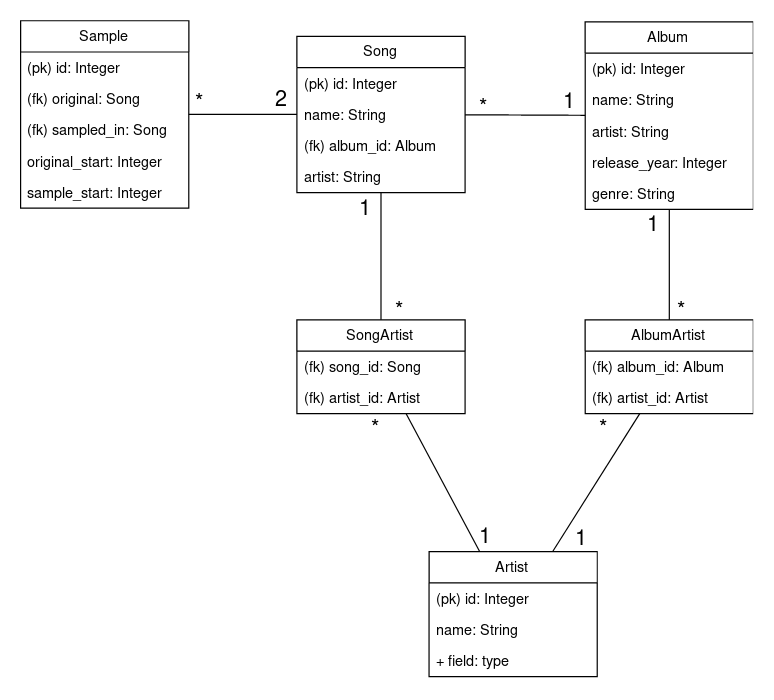
This is documentation/database_diagram.png from vikketii/tsoha, a draw.io export, as it was before one commit. Source tidied: cells renumbered, new cells last; positions are measured from the earlier drawing's top-left corner, leaving out a move shared by most shapes.
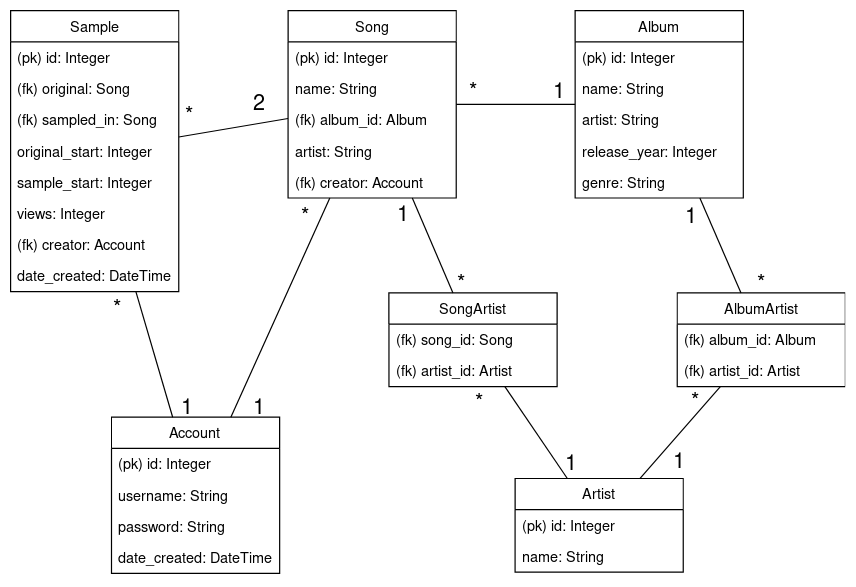
After the commit.

Commit message:
updated readme and database diagram

The edit, as a diff of the source:
```diff
@@ -2,11 +2,11 @@
   <root>
     <mxCell id="0" />
     <mxCell id="1" parent="0" />
-    <mxCell id="2" style="rounded=0;jettySize=auto;html=1;endArrow=none;endFill=0;" parent="1" edge="1" source="3" target="8">
+    <mxCell id="2" style="rounded=0;jettySize=auto;html=1;endArrow=none;endFill=0;" parent="1" edge="1" source="3" target="9">
       <mxGeometry relative="1" as="geometry" />
     </mxCell>
     <mxCell id="3" value="Song" style="swimlane;fontStyle=0;horizontal=1;startSize=26;fillColor=none;" parent="1" vertex="1">
-      <mxGeometry x="230" y="13" width="140" height="130" as="geometry" />
+      <mxGeometry x="231" y="-10" width="140" height="156" as="geometry" />
     </mxCell>
     <mxCell id="4" value="(pk) id: Integer" style="text;strokeColor=none;fillColor=none;align=left;verticalAlign=top;spacingLeft=4;spacingRight=4;overflow=hidden;" parent="3" vertex="1">
       <mxGeometry y="26" width="140" height="26" as="geometry" />
@@ -20,56 +20,56 @@
     <mxCell id="7" value="artist: String" style="text;strokeColor=none;fillColor=none;align=left;verticalAlign=top;spacingLeft=4;spacingRight=4;overflow=hidden;" parent="3" vertex="1">
       <mxGeometry y="104" width="140" height="26" as="geometry" />
     </mxCell>
-    <mxCell id="8" value="Album" style="swimlane;fontStyle=0;horizontal=1;startSize=26;fillColor=none;" parent="1" vertex="1">
-      <mxGeometry x="470" y="1" width="140" height="156" as="geometry" />
+    <mxCell id="8" value="(fk) creator: Account" style="text;strokeColor=none;fillColor=none;align=left;verticalAlign=top;spacingLeft=4;spacingRight=4;overflow=hidden;points=[[0,0.5],[1,0.5]];portConstraint=eastwest;" parent="3" vertex="1">
+      <mxGeometry y="130" width="140" height="26" as="geometry" />
     </mxCell>
-    <mxCell id="9" value="(pk) id: Integer" style="text;strokeColor=none;fillColor=none;align=left;verticalAlign=top;spacingLeft=4;spacingRight=4;overflow=hidden;points=[[0,0.5],[1,0.5]];portConstraint=eastwest;" parent="8" vertex="1">
-      <mxGeometry y="26" width="140" height="26" as="geometry" />
+    <mxCell id="9" value="Album" style="swimlane;fontStyle=0;horizontal=1;startSize=26;fillColor=none;" parent="1" vertex="1">
+      <mxGeometry x="470" y="-10" width="140" height="156" as="geometry" />
     </mxCell>
-    <mxCell id="10" value="name: String" style="text;strokeColor=none;fillColor=none;align=left;verticalAlign=top;spacingLeft=4;spacingRight=4;overflow=hidden;" parent="8" vertex="1">
-      <mxGeometry y="52" width="140" height="26" as="geometry" />
+    <mxCell id="10" value="(pk) id: Integer" style="text;strokeColor=none;fillColor=none;align=left;verticalAlign=top;spacingLeft=4;spacingRight=4;overflow=hidden;" parent="9" vertex="1">
+      <mxGeometry y="26" width="140" height="26" as="geometry" />
     </mxCell>
-    <mxCell id="11" value="artist: String" style="text;strokeColor=none;fillColor=none;align=left;verticalAlign=top;spacingLeft=4;spacingRight=4;overflow=hidden;" parent="8" vertex="1">
-      <mxGeometry y="78" width="140" height="26" as="geometry" />
+    <mxCell id="11" value="name: String" style="text;strokeColor=none;fillColor=none;align=left;verticalAlign=top;spacingLeft=4;spacingRight=4;overflow=hidden;" parent="9" vertex="1">
+      <mxGeometry y="52" width="140" height="26" as="geometry" />
     </mxCell>
-    <mxCell id="12" value="release_year: Integer" style="text;strokeColor=none;fillColor=none;align=left;verticalAlign=top;spacingLeft=4;spacingRight=4;overflow=hidden;" parent="8" vertex="1">
-      <mxGeometry y="104" width="140" height="26" as="geometry" />
+    <mxCell id="12" value="artist: String" style="text;strokeColor=none;fillColor=none;align=left;verticalAlign=top;spacingLeft=4;spacingRight=4;overflow=hidden;" parent="9" vertex="1">
+      <mxGeometry y="78" width="140" height="26" as="geometry" />
     </mxCell>
-    <mxCell id="13" value="genre: String" style="text;strokeColor=none;fillColor=none;align=left;verticalAlign=top;spacingLeft=4;spacingRight=4;overflow=hidden;" parent="8" vertex="1">
-      <mxGeometry y="130" width="140" height="26" as="geometry" />
+    <mxCell id="13" value="release_year: Integer" style="text;strokeColor=none;fillColor=none;align=left;verticalAlign=top;spacingLeft=4;spacingRight=4;overflow=hidden;" parent="9" vertex="1">
+      <mxGeometry y="104" width="140" height="26" as="geometry" />
     </mxCell>
-    <mxCell id="14" value="&lt;div style=&quot;font-size: 18px;&quot;&gt;*&lt;/div&gt;" style="text;html=1;align=left;verticalAlign=top;spacingTop=-4;fontSize=18;" parent="1" vertex="1">
-      <mxGeometry x="380" y="60" width="20" height="20" as="geometry" />
+    <mxCell id="14" value="genre: String" style="text;strokeColor=none;fillColor=none;align=left;verticalAlign=top;spacingLeft=4;spacingRight=4;overflow=hidden;" parent="9" vertex="1">
+      <mxGeometry y="130" width="140" height="26" as="geometry" />
     </mxCell>
-    <mxCell id="15" value="&lt;div style=&quot;font-size: 18px;&quot;&gt;1&lt;/div&gt;" style="text;html=1;align=left;verticalAlign=top;spacingTop=-4;fontSize=18;" parent="1" vertex="1">
-      <mxGeometry x="450" y="55" width="20" height="20" as="geometry" />
+    <mxCell id="15" value="&lt;div style=&quot;font-size: 18px;&quot;&gt;*&lt;/div&gt;" style="text;html=1;align=left;verticalAlign=top;spacingTop=-4;fontSize=18;" parent="1" vertex="1">
+      <mxGeometry x="380" y="45" width="20" height="20" as="geometry" />
     </mxCell>
-    <mxCell id="16" style="edgeStyle=none;rounded=0;jettySize=auto;html=1;endArrow=none;endFill=0;fontSize=12;" parent="1" edge="1" source="17" target="24">
-      <mxGeometry relative="1" as="geometry" />
+    <mxCell id="16" value="&lt;div style=&quot;font-size: 18px;&quot;&gt;1&lt;/div&gt;" style="text;html=1;align=left;verticalAlign=top;spacingTop=-4;fontSize=18;" parent="1" vertex="1">
+      <mxGeometry x="450" y="45" width="20" height="20" as="geometry" />
     </mxCell>
-    <mxCell id="17" value="Artist" style="swimlane;fontStyle=0;horizontal=1;startSize=26;fillColor=none;" parent="1" vertex="1">
-      <mxGeometry x="340" y="442" width="140" height="104" as="geometry" />
+    <mxCell id="17" style="edgeStyle=none;rounded=0;jettySize=auto;html=1;endArrow=none;endFill=0;fontSize=12;" parent="1" edge="1" source="18" target="24">
+      <mxGeometry relative="1" as="geometry" />
     </mxCell>
-    <mxCell id="18" value="(pk) id: Integer" style="text;strokeColor=none;fillColor=none;align=left;verticalAlign=top;spacingLeft=4;spacingRight=4;overflow=hidden;points=[[0,0.5],[1,0.5]];portConstraint=eastwest;" parent="17" vertex="1">
-      <mxGeometry y="26" width="140" height="26" as="geometry" />
+    <mxCell id="18" value="Artist" style="swimlane;fontStyle=0;horizontal=1;startSize=26;fillColor=none;" parent="1" vertex="1">
+      <mxGeometry x="420" y="379.5" width="140" height="78" as="geometry" />
     </mxCell>
-    <mxCell id="19" value="name: String" style="text;strokeColor=none;fillColor=none;align=left;verticalAlign=top;spacingLeft=4;spacingRight=4;overflow=hidden;" parent="17" vertex="1">
-      <mxGeometry y="52" width="140" height="26" as="geometry" />
+    <mxCell id="19" value="(pk) id: Integer" style="text;strokeColor=none;fillColor=none;align=left;verticalAlign=top;spacingLeft=4;spacingRight=4;overflow=hidden;" parent="18" vertex="1">
+      <mxGeometry y="26" width="140" height="26" as="geometry" />
     </mxCell>
-    <mxCell id="20" value="+ field: type" style="text;strokeColor=none;fillColor=none;align=left;verticalAlign=top;spacingLeft=4;spacingRight=4;overflow=hidden;" parent="17" vertex="1">
-      <mxGeometry y="78" width="140" height="26" as="geometry" />
+    <mxCell id="20" value="name: String" style="text;strokeColor=none;fillColor=none;align=left;verticalAlign=top;spacingLeft=4;spacingRight=4;overflow=hidden;" parent="18" vertex="1">
+      <mxGeometry y="52" width="140" height="26" as="geometry" />
     </mxCell>
-    <mxCell id="21" style="edgeStyle=none;rounded=0;jettySize=auto;html=1;endArrow=none;endFill=0;" parent="1" edge="1" source="27" target="17">
+    <mxCell id="21" style="edgeStyle=none;rounded=0;jettySize=auto;html=1;endArrow=none;endFill=0;" parent="1" edge="1" source="27" target="18">
       <mxGeometry relative="1" as="geometry" />
     </mxCell>
     <mxCell id="22" value="&lt;div style=&quot;font-size: 18px;&quot;&gt;*&lt;/div&gt;" style="text;html=1;align=left;verticalAlign=top;spacingTop=-4;fontSize=18;" parent="1" vertex="1">
-      <mxGeometry x="310" y="229" width="20" height="20" as="geometry" />
+      <mxGeometry x="369.5" y="205" width="20" height="20" as="geometry" />
     </mxCell>
     <mxCell id="23" style="edgeStyle=none;rounded=0;jettySize=auto;html=1;endArrow=none;endFill=0;fontSize=12;" parent="1" edge="1" source="24" target="3">
       <mxGeometry relative="1" as="geometry" />
     </mxCell>
     <mxCell id="24" value="SongArtist" style="swimlane;fontStyle=0;horizontal=1;startSize=26;fillColor=none;fontSize=12;" parent="1" vertex="1">
-      <mxGeometry x="230" y="249" width="140" height="78" as="geometry" />
+      <mxGeometry x="315" y="225" width="140" height="78" as="geometry" />
     </mxCell>
     <mxCell id="25" value="(fk) song_id: Song" style="text;strokeColor=none;fillColor=none;align=left;verticalAlign=top;spacingLeft=4;spacingRight=4;overflow=hidden;" parent="24" vertex="1">
       <mxGeometry y="26" width="140" height="26" as="geometry" />
@@ -78,7 +78,7 @@
       <mxGeometry y="52" width="140" height="26" as="geometry" />
     </mxCell>
     <mxCell id="27" value="AlbumArtist" style="swimlane;fontStyle=0;horizontal=1;startSize=26;fillColor=none;fontSize=12;" parent="1" vertex="1">
-      <mxGeometry x="470" y="249" width="140" height="78" as="geometry" />
+      <mxGeometry x="555" y="225" width="140" height="78" as="geometry" />
     </mxCell>
     <mxCell id="28" value="(fk) album_id: Album&#10;" style="text;strokeColor=none;fillColor=none;align=left;verticalAlign=top;spacingLeft=4;spacingRight=4;overflow=hidden;" parent="27" vertex="1">
       <mxGeometry y="26" width="140" height="26" as="geometry" />
@@ -86,32 +86,32 @@
     <mxCell id="29" value="(fk) artist_id: Artist" style="text;strokeColor=none;fillColor=none;align=left;verticalAlign=top;spacingLeft=4;spacingRight=4;overflow=hidden;" parent="27" vertex="1">
       <mxGeometry y="52" width="140" height="26" as="geometry" />
     </mxCell>
-    <mxCell id="30" style="edgeStyle=none;rounded=0;jettySize=auto;html=1;endArrow=none;endFill=0;" parent="1" edge="1" source="8" target="27">
+    <mxCell id="30" style="edgeStyle=none;rounded=0;jettySize=auto;html=1;endArrow=none;endFill=0;" parent="1" edge="1" source="9" target="27">
       <mxGeometry relative="1" as="geometry" />
     </mxCell>
     <mxCell id="31" value="&lt;div style=&quot;font-size: 18px;&quot;&gt;*&lt;/div&gt;" style="text;html=1;align=left;verticalAlign=top;spacingTop=-4;fontSize=18;" parent="1" vertex="1">
-      <mxGeometry x="290" y="327" width="20" height="20" as="geometry" />
+      <mxGeometry x="385" y="303.5" width="20" height="20" as="geometry" />
     </mxCell>
     <mxCell id="32" value="&lt;div style=&quot;font-size: 18px;&quot;&gt;*&lt;/div&gt;" style="text;html=1;align=left;verticalAlign=top;spacingTop=-4;fontSize=18;" parent="1" vertex="1">
-      <mxGeometry x="480" y="327" width="20" height="20" as="geometry" />
+      <mxGeometry x="565" y="303" width="20" height="20" as="geometry" />
     </mxCell>
     <mxCell id="33" value="&lt;div style=&quot;font-size: 18px;&quot;&gt;*&lt;/div&gt;" style="text;html=1;align=left;verticalAlign=top;spacingTop=-4;fontSize=18;" parent="1" vertex="1">
-      <mxGeometry x="545" y="229" width="20" height="20" as="geometry" />
+      <mxGeometry x="620" y="205" width="20" height="20" as="geometry" />
     </mxCell>
     <mxCell id="34" value="&lt;div style=&quot;font-size: 18px;&quot;&gt;1&lt;/div&gt;" style="text;html=1;align=left;verticalAlign=top;spacingTop=-4;fontSize=18;" parent="1" vertex="1">
-      <mxGeometry x="280" y="144" width="20" height="20" as="geometry" />
+      <mxGeometry x="320" y="147" width="20" height="20" as="geometry" />
     </mxCell>
     <mxCell id="35" value="&lt;div style=&quot;font-size: 18px;&quot;&gt;1&lt;/div&gt;" style="text;html=1;align=left;verticalAlign=top;spacingTop=-4;fontSize=18;" parent="1" vertex="1">
-      <mxGeometry x="520" y="157" width="20" height="20" as="geometry" />
+      <mxGeometry x="560" y="149" width="20" height="20" as="geometry" />
     </mxCell>
     <mxCell id="36" value="&lt;div style=&quot;font-size: 18px;&quot;&gt;1&lt;/div&gt;" style="text;html=1;align=left;verticalAlign=top;spacingTop=-4;fontSize=18;" parent="1" vertex="1">
-      <mxGeometry x="460" y="419" width="20" height="20" as="geometry" />
+      <mxGeometry x="550" y="352.5" width="20" height="20" as="geometry" />
     </mxCell>
     <mxCell id="37" value="&lt;div style=&quot;font-size: 18px;&quot;&gt;1&lt;/div&gt;" style="text;html=1;align=left;verticalAlign=top;spacingTop=-4;fontSize=18;" parent="1" vertex="1">
-      <mxGeometry x="380" y="417" width="20" height="20" as="geometry" />
+      <mxGeometry x="460" y="354.5" width="20" height="20" as="geometry" />
     </mxCell>
     <mxCell id="38" value="Sample" style="swimlane;fontStyle=0;horizontal=1;startSize=26;fillColor=none;fontSize=12;" parent="1" vertex="1">
-      <mxGeometry width="140" height="156" as="geometry" />
+      <mxGeometry y="-10" width="140" height="234" as="geometry" />
     </mxCell>
     <mxCell id="39" value="(pk) id: Integer" style="text;strokeColor=none;fillColor=none;align=left;verticalAlign=top;spacingLeft=4;spacingRight=4;overflow=hidden;" parent="38" vertex="1">
       <mxGeometry y="26" width="140" height="26" as="geometry" />
@@ -128,14 +128,56 @@
     <mxCell id="43" value="sample_start: Integer" style="text;strokeColor=none;fillColor=none;align=left;verticalAlign=top;spacingLeft=4;spacingRight=4;overflow=hidden;" parent="38" vertex="1">
       <mxGeometry y="130" width="140" height="26" as="geometry" />
     </mxCell>
-    <mxCell id="44" style="edgeStyle=none;rounded=0;jettySize=auto;html=1;endArrow=none;endFill=0;fontSize=12;" parent="1" edge="1" source="38" target="3">
-      <mxGeometry relative="1" as="geometry" />
+    <mxCell id="44" value="views: Integer" style="text;strokeColor=none;fillColor=none;align=left;verticalAlign=top;spacingLeft=4;spacingRight=4;overflow=hidden;" parent="38" vertex="1">
+      <mxGeometry y="156" width="140" height="26" as="geometry" />
     </mxCell>
-    <mxCell id="45" value="2" style="text;html=1;align=left;verticalAlign=top;spacingTop=-4;fontSize=18;" parent="1" vertex="1">
-      <mxGeometry x="210" y="53" width="30" height="20" as="geometry" />
+    <mxCell id="45" value="(fk) creator: Account" style="text;strokeColor=none;fillColor=none;align=left;verticalAlign=top;spacingLeft=4;spacingRight=4;overflow=hidden;" parent="38" vertex="1">
+      <mxGeometry y="182" width="140" height="26" as="geometry" />
     </mxCell>
-    <mxCell id="46" value="&lt;div style=&quot;font-size: 18px;&quot;&gt;*&lt;/div&gt;" style="text;html=1;align=left;verticalAlign=top;spacingTop=-4;fontSize=18;" parent="1" vertex="1">
-      <mxGeometry x="144" y="56" width="20" height="20" as="geometry" />
+    <mxCell id="46" value="date_created: DateTime" style="text;strokeColor=none;fillColor=none;align=left;verticalAlign=top;spacingLeft=4;spacingRight=4;overflow=hidden;" parent="38" vertex="1">
+      <mxGeometry y="208" width="140" height="26" as="geometry" />
     </mxCell>
+    <mxCell id="47" style="edgeStyle=none;rounded=0;jettySize=auto;html=1;endArrow=none;endFill=0;fontSize=12;" parent="1" edge="1" source="38" target="3">
+      <mxGeometry relative="1" as="geometry" />
+    </mxCell>
+    <mxCell id="48" value="2" style="text;html=1;align=left;verticalAlign=top;spacingTop=-4;fontSize=18;" parent="1" vertex="1">
+      <mxGeometry x="200" y="55" width="30" height="20" as="geometry" />
+    </mxCell>
+    <mxCell id="49" value="&lt;div style=&quot;font-size: 18px;&quot;&gt;*&lt;/div&gt;" style="text;html=1;align=left;verticalAlign=top;spacingTop=-4;fontSize=18;" parent="1" vertex="1">
+      <mxGeometry x="144" y="65" width="20" height="20" as="geometry" />
+    </mxCell>
+    <mxCell id="50" style="rounded=0;jettySize=auto;html=1;endArrow=none;endFill=0;" parent="1" edge="1" source="52" target="38">
+      <mxGeometry relative="1" as="geometry" />
+    </mxCell>
+    <mxCell id="51" style="edgeStyle=none;rounded=0;jettySize=auto;html=1;endArrow=none;endFill=0;" parent="1" edge="1" source="52" target="3">
+      <mxGeometry relative="1" as="geometry" />
+    </mxCell>
+    <mxCell id="52" value="Account" style="swimlane;fontStyle=0;horizontal=1;startSize=26;fillColor=none;" parent="1" vertex="1">
+      <mxGeometry x="84" y="328.5" width="140" height="130" as="geometry" />
+    </mxCell>
+    <mxCell id="53" value="(pk) id: Integer" style="text;strokeColor=none;fillColor=none;align=left;verticalAlign=top;spacingLeft=4;spacingRight=4;overflow=hidden;" parent="52" vertex="1">
+      <mxGeometry y="26" width="140" height="26" as="geometry" />
+    </mxCell>
+    <mxCell id="54" value="username: String" style="text;strokeColor=none;fillColor=none;align=left;verticalAlign=top;spacingLeft=4;spacingRight=4;overflow=hidden;" parent="52" vertex="1">
+      <mxGeometry y="52" width="140" height="26" as="geometry" />
+    </mxCell>
+    <mxCell id="55" value="password: String" style="text;strokeColor=none;fillColor=none;align=left;verticalAlign=top;spacingLeft=4;spacingRight=4;overflow=hidden;" parent="52" vertex="1">
+      <mxGeometry y="78" width="140" height="26" as="geometry" />
+    </mxCell>
+    <mxCell id="56" value="date_created: DateTime" style="text;strokeColor=none;fillColor=none;align=left;verticalAlign=top;spacingLeft=4;spacingRight=4;overflow=hidden;" parent="52" vertex="1">
+      <mxGeometry y="104" width="140" height="26" as="geometry" />
+    </mxCell>
+    <mxCell id="57" value="&lt;div style=&quot;font-size: 18px;&quot;&gt;*&lt;/div&gt;" style="text;html=1;align=left;verticalAlign=top;spacingTop=-4;fontSize=18;" parent="1" vertex="1">
+      <mxGeometry x="240" y="149" width="20" height="20" as="geometry" />
+    </mxCell>
+    <mxCell id="58" value="&lt;div style=&quot;font-size: 18px;&quot;&gt;1&lt;/div&gt;" style="text;html=1;align=left;verticalAlign=top;spacingTop=-4;fontSize=18;" parent="1" vertex="1">
+      <mxGeometry x="200" y="307.5" width="20" height="20" as="geometry" />
+    </mxCell>
+    <mxCell id="59" value="&lt;div style=&quot;font-size: 18px;&quot;&gt;1&lt;/div&gt;" style="text;html=1;align=left;verticalAlign=top;spacingTop=-4;fontSize=18;" parent="1" vertex="1">
+      <mxGeometry x="140" y="308" width="20" height="20" as="geometry" />
+    </mxCell>
+    <mxCell id="60" value="&lt;div style=&quot;font-size: 18px;&quot;&gt;*&lt;/div&gt;" style="text;html=1;align=left;verticalAlign=top;spacingTop=-4;fontSize=18;" parent="1" vertex="1">
+      <mxGeometry x="84" y="226" width="20" height="20" as="geometry" />
+    </mxCell>
   </root>
 </mxGraphModel>
```
